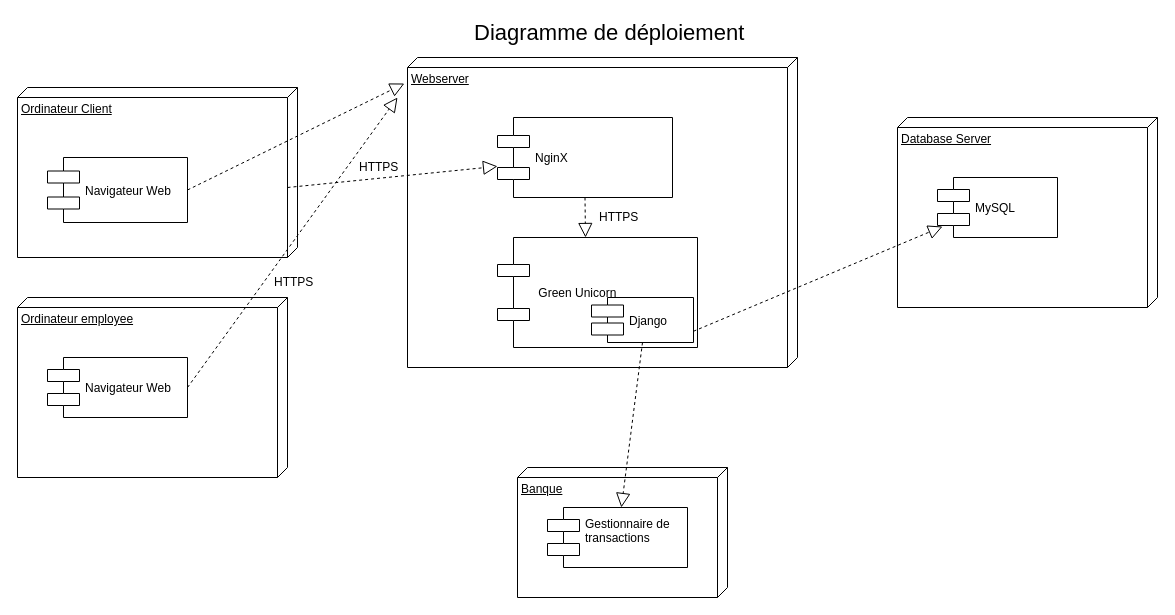
This is DD.drawio from stan-dimitrov/OC-project6-Concevez-la-solution-technique-d-un-syst-me-de-gestion-de-pizzeria, a draw.io file, before an edit. Source tidied: cells renumbered, new cells numbered last; positions are measured from the earlier drawing's top-left corner, leaving out a move shared by most shapes. Both pictures are drawn from the tidied source at 100%, with x=0, y=0 at pixel (17, 17).
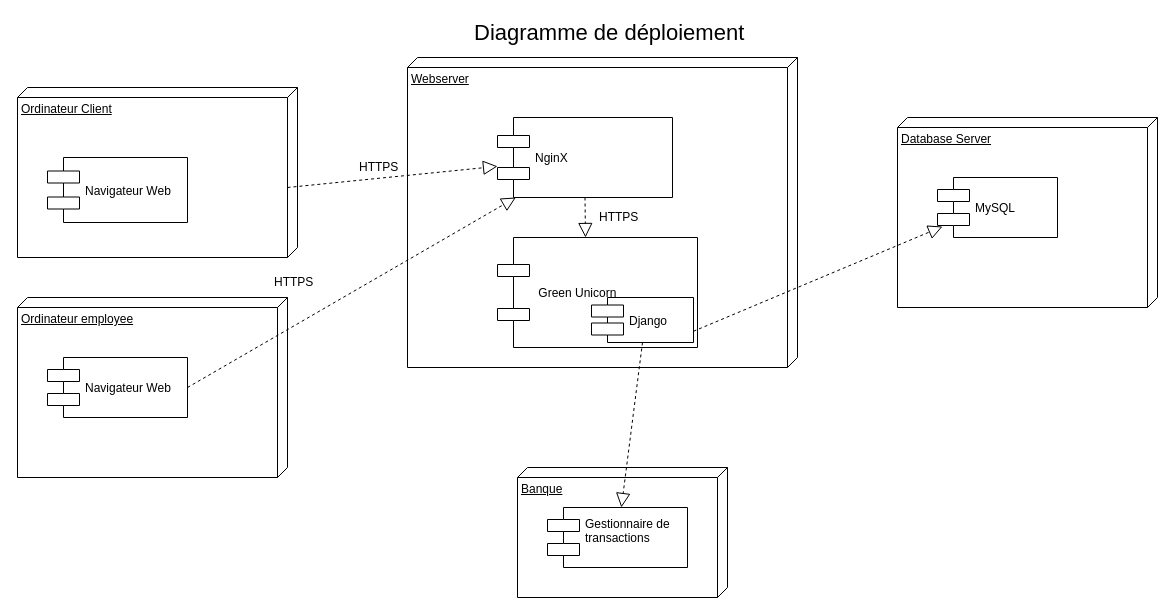
After the change.

Commit message:
Mettre à jour DD.drawio

The change refers to these unchanged cells:
```xml
<mxCell id="3" value="Navigateur Web" style="shape=component;align=left;spacingLeft=36;" parent="1" vertex="1">
  <mxGeometry x="30" y="140" width="140" height="65" as="geometry" />
</mxCell>
<mxCell id="4" value="Webserver" style="verticalAlign=top;align=left;spacingTop=8;spacingLeft=2;spacingRight=12;shape=cube;size=10;direction=south;fontStyle=4;html=1;" parent="1" vertex="1">
  <mxGeometry x="390" y="40" width="390" height="310" as="geometry" />
</mxCell>
<mxCell id="6" value="NginX" style="shape=component;align=left;spacingLeft=36;" parent="1" vertex="1">
  <mxGeometry x="480" y="100" width="175" height="80" as="geometry" />
</mxCell>
<mxCell id="18" value="Navigateur Web" style="shape=component;align=left;spacingLeft=36;" parent="1" vertex="1">
  <mxGeometry x="30" y="340" width="140" height="60" as="geometry" />
</mxCell>
```

Change to the diagram source:
```diff
@@
-    <mxCell id="21" style="endArrow=block;dashed=1;endFill=0;endSize=12;html=1;entryX=0.084;entryY=1.008;entryDx=0;entryDy=0;entryPerimeter=0;exitX=1;exitY=0.5;exitDx=0;exitDy=0;" parent="1" edge="1" source="3" target="4">
-      <mxGeometry relative="1" as="geometry" />
-    </mxCell>
-    <mxCell id="22" style="endArrow=block;dashed=1;endFill=0;endSize=12;html=1;exitX=1;exitY=0.5;exitDx=0;exitDy=0;" parent="1" edge="1" source="18">
-      <mxGeometry relative="1" as="geometry">
-        <mxPoint x="380" y="80" as="targetPoint" />
-      </mxGeometry>
+    <mxCell id="22" style="endArrow=block;dashed=1;endFill=0;endSize=12;html=1;exitX=1;exitY=0.5;exitDx=0;exitDy=0;" parent="1" edge="1" source="18" target="6">
+      <mxGeometry relative="1" as="geometry" />
     </mxCell>
```
